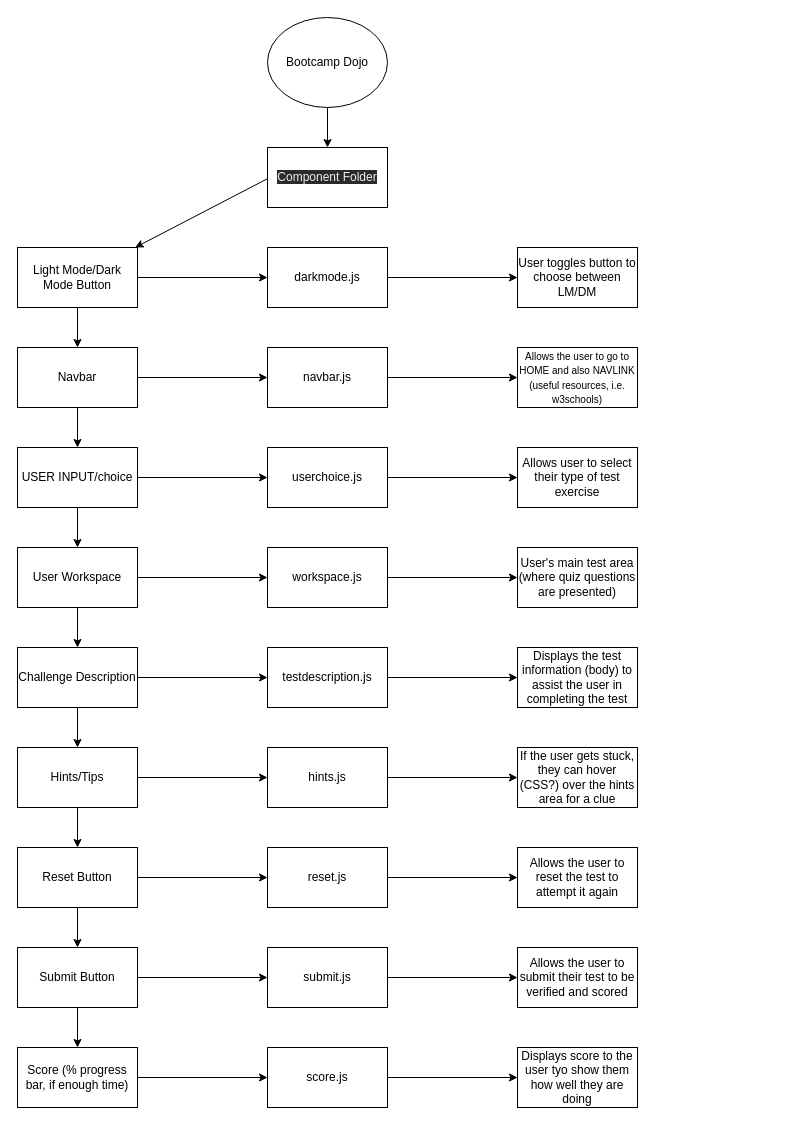
lukechaplin/oagtask keeps this draw.io diagram as backendWireframe.drawio. Above is the earlier version. Source tidied: cells renumbered, new cells numbered last; positions are measured from the earlier drawing's top-left corner, leaving out a move shared by most shapes. Both pictures are drawn from the tidied source at 100%, with x=0, y=0 at pixel (17, 17).
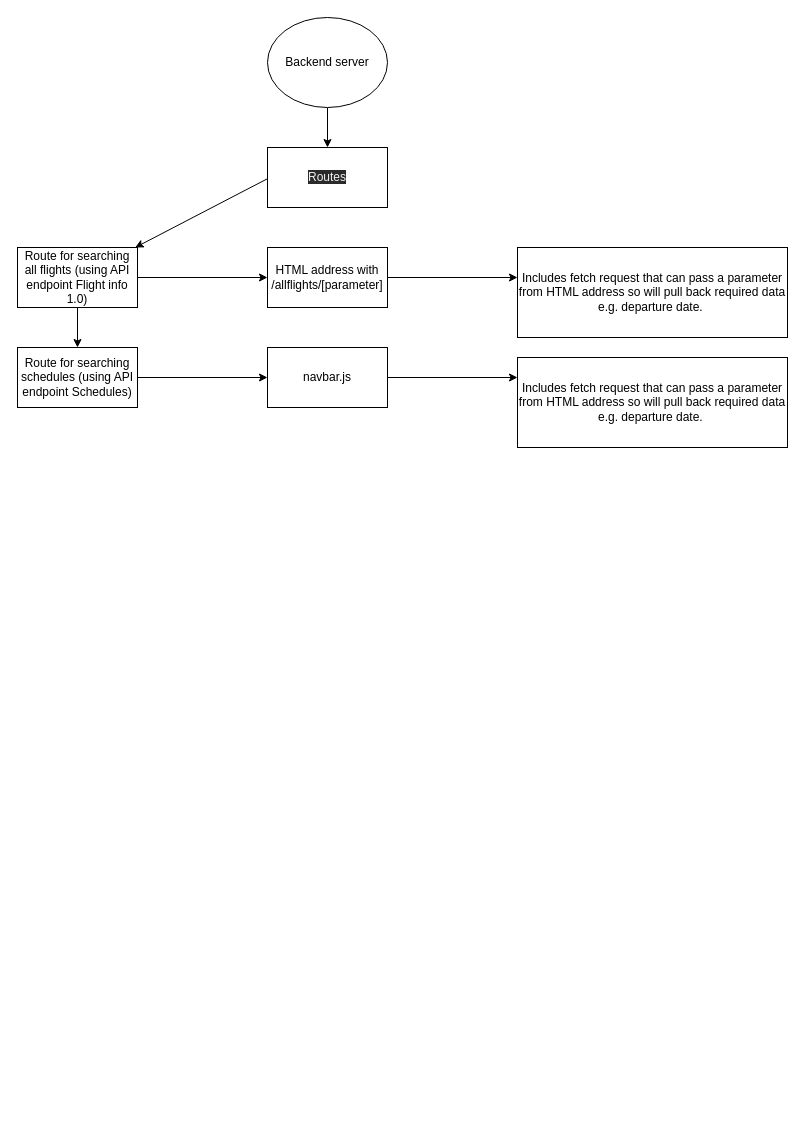
The same diagram, later.

Commit message (it also covers changes not shown here):
finished backend wireframe

Change to the diagram source:
```diff
@@
-    <mxCell id="3" value="Bootcamp Dojo" style="ellipse;whiteSpace=wrap;html=1;" parent="1" vertex="1">
+    <mxCell id="3" value="Backend server" style="ellipse;whiteSpace=wrap;html=1;" parent="1" vertex="1">
       <mxGeometry x="250" width="120" height="90" as="geometry" />
     </mxCell>
@@
-    <mxCell id="5" value="&lt;span style=&quot;color: rgb(240 , 240 , 240) ; font-family: &amp;#34;helvetica&amp;#34; ; font-size: 12px ; font-style: normal ; font-weight: 400 ; letter-spacing: normal ; text-align: center ; text-indent: 0px ; text-transform: none ; word-spacing: 0px ; background-color: rgb(42 , 42 , 42) ; display: inline ; float: none&quot;&gt;Component Folder&lt;/span&gt;" style="whiteSpace=wrap;html=1;" parent="1" vertex="1">
+    <mxCell id="5" value="&lt;span style=&quot;color: rgb(240 , 240 , 240) ; font-family: &amp;#34;helvetica&amp;#34; ; font-size: 12px ; font-style: normal ; font-weight: 400 ; letter-spacing: normal ; text-align: center ; text-indent: 0px ; text-transform: none ; word-spacing: 0px ; background-color: rgb(42 , 42 , 42) ; display: inline ; float: none&quot;&gt;Routes&lt;/span&gt;" style="whiteSpace=wrap;html=1;" parent="1" vertex="1">
       <mxGeometry x="250" y="130" width="120" height="60" as="geometry" />
     </mxCell>
@@
-    <mxCell id="8" value="Light Mode/Dark Mode Button" style="whiteSpace=wrap;html=1;" parent="1" vertex="1">
+    <mxCell id="8" value="Route for searching all flights (using API endpoint Flight info 1.0)" style="whiteSpace=wrap;html=1;" parent="1" vertex="1">
       <mxGeometry y="230" width="120" height="60" as="geometry" />
     </mxCell>
-    <mxCell id="9" value="darkmode.js" style="whiteSpace=wrap;html=1;" parent="1" vertex="1">
+    <mxCell id="9" value="HTML address with /allflights/[parameter]" style="whiteSpace=wrap;html=1;" parent="1" vertex="1">
       <mxGeometry x="250" y="230" width="120" height="60" as="geometry" />
     </mxCell>
@@
-    <mxCell id="11" value="User toggles button to choose between LM/DM" style="whiteSpace=wrap;html=1;" parent="1" vertex="1">
-      <mxGeometry x="500" y="230" width="120" height="60" as="geometry" />
-    </mxCell>
@@
-    <mxCell id="13" style="edgeStyle=none;html=1;exitX=0.5;exitY=1;exitDx=0;exitDy=0;" parent="1" edge="1" source="14">
-      <mxGeometry relative="1" as="geometry">
-        <mxPoint x="60" y="430" as="targetPoint" />
-      </mxGeometry>
-    </mxCell>
-    <mxCell id="14" value="Navbar" style="whiteSpace=wrap;html=1;" parent="1" vertex="1">
+    <mxCell id="14" value="Route for searching schedules (using API endpoint Schedules)" style="whiteSpace=wrap;html=1;" parent="1" vertex="1">
       <mxGeometry y="330" width="120" height="60" as="geometry" />
     </mxCell>
@@
-    <mxCell id="17" value="&lt;font style=&quot;font-size: 10px&quot;&gt;Allows the user to go to HOME and also NAVLINK (useful resources, i.e. w3schools)&lt;/font&gt;" style="whiteSpace=wrap;html=1;" parent="1" vertex="1">
-      <mxGeometry x="500" y="330" width="120" height="60" as="geometry" />
-    </mxCell>
-    <mxCell id="18" style="edgeStyle=none;html=1;exitX=1;exitY=0.5;exitDx=0;exitDy=0;" parent="1" edge="1" source="20">
-      <mxGeometry relative="1" as="geometry">
-        <mxPoint x="250" y="460" as="targetPoint" />
-      </mxGeometry>
-    </mxCell>
-    <mxCell id="19" style="edgeStyle=none;html=1;exitX=0.5;exitY=1;exitDx=0;exitDy=0;" parent="1" edge="1" source="20">
-      <mxGeometry relative="1" as="geometry">
-        <mxPoint x="60" y="530" as="targetPoint" />
-      </mxGeometry>
-    </mxCell>
-    <mxCell id="20" value="USER INPUT/choice" style="whiteSpace=wrap;html=1;" parent="1" vertex="1">
-      <mxGeometry y="430" width="120" height="60" as="geometry" />
-    </mxCell>
-    <mxCell id="21" value="userchoice.js" style="whiteSpace=wrap;html=1;" parent="1" vertex="1">
-      <mxGeometry x="250" y="430" width="120" height="60" as="geometry" />
-    </mxCell>
-    <mxCell id="22" style="edgeStyle=none;html=1;exitX=1;exitY=0.5;exitDx=0;exitDy=0;" parent="1" edge="1">
-      <mxGeometry relative="1" as="geometry">
-        <mxPoint x="370" y="460" as="sourcePoint" />
-        <mxPoint x="500" y="460" as="targetPoint" />
-      </mxGeometry>
-    </mxCell>
-    <mxCell id="23" value="Allows user to select their type of test exercise" style="whiteSpace=wrap;html=1;" parent="1" vertex="1">
-      <mxGeometry x="500" y="430" width="120" height="60" as="geometry" />
-    </mxCell>
-    <mxCell id="24" style="edgeStyle=none;html=1;exitX=1;exitY=0.5;exitDx=0;exitDy=0;" parent="1" edge="1" source="26">
-      <mxGeometry relative="1" as="geometry">
-        <mxPoint x="250" y="560" as="targetPoint" />
-      </mxGeometry>
-    </mxCell>
-    <mxCell id="25" style="edgeStyle=none;html=1;exitX=0.5;exitY=1;exitDx=0;exitDy=0;" parent="1" edge="1" source="26">
-      <mxGeometry relative="1" as="geometry">
-        <mxPoint x="60" y="630" as="targetPoint" />
-      </mxGeometry>
-    </mxCell>
-    <mxCell id="26" value="User Workspace" style="whiteSpace=wrap;html=1;" parent="1" vertex="1">
-      <mxGeometry y="530" width="120" height="60" as="geometry" />
-    </mxCell>
-    <mxCell id="27" value="workspace.js" style="whiteSpace=wrap;html=1;" parent="1" vertex="1">
-      <mxGeometry x="250" y="530" width="120" height="60" as="geometry" />
-    </mxCell>
-    <mxCell id="28" style="edgeStyle=none;html=1;exitX=1;exitY=0.5;exitDx=0;exitDy=0;" parent="1" edge="1">
-      <mxGeometry relative="1" as="geometry">
-        <mxPoint x="370" y="560" as="sourcePoint" />
-        <mxPoint x="500" y="560" as="targetPoint" />
-      </mxGeometry>
-    </mxCell>
-    <mxCell id="29" value="User's main test area (where quiz questions are presented)" style="whiteSpace=wrap;html=1;" parent="1" vertex="1">
-      <mxGeometry x="500" y="530" width="120" height="60" as="geometry" />
-    </mxCell>
-    <mxCell id="30" style="edgeStyle=none;html=1;exitX=1;exitY=0.5;exitDx=0;exitDy=0;" parent="1" edge="1" source="32">
-      <mxGeometry relative="1" as="geometry">
-        <mxPoint x="250" y="660" as="targetPoint" />
-      </mxGeometry>
-    </mxCell>
-    <mxCell id="31" style="edgeStyle=none;html=1;exitX=0.5;exitY=1;exitDx=0;exitDy=0;" parent="1" edge="1" source="32">
-      <mxGeometry relative="1" as="geometry">
-        <mxPoint x="60" y="730" as="targetPoint" />
-      </mxGeometry>
-    </mxCell>
-    <mxCell id="32" value="Challenge Description" style="whiteSpace=wrap;html=1;" parent="1" vertex="1">
-      <mxGeometry y="630" width="120" height="60" as="geometry" />
-    </mxCell>
-    <mxCell id="33" value="testdescription.js" style="whiteSpace=wrap;html=1;" parent="1" vertex="1">
-      <mxGeometry x="250" y="630" width="120" height="60" as="geometry" />
-    </mxCell>
-    <mxCell id="34" style="edgeStyle=none;html=1;exitX=1;exitY=0.5;exitDx=0;exitDy=0;" parent="1" edge="1">
-      <mxGeometry relative="1" as="geometry">
-        <mxPoint x="370" y="660" as="sourcePoint" />
-        <mxPoint x="500" y="660" as="targetPoint" />
-      </mxGeometry>
-    </mxCell>
-    <mxCell id="35" value="Displays the test information (body) to assist the user in completing the test" style="whiteSpace=wrap;html=1;" parent="1" vertex="1">
-      <mxGeometry x="500" y="630" width="120" height="60" as="geometry" />
-    </mxCell>
-    <mxCell id="36" style="edgeStyle=none;html=1;exitX=1;exitY=0.5;exitDx=0;exitDy=0;" parent="1" edge="1" source="38">
-      <mxGeometry relative="1" as="geometry">
-        <mxPoint x="250" y="760" as="targetPoint" />
-      </mxGeometry>
-    </mxCell>
-    <mxCell id="37" style="edgeStyle=none;html=1;exitX=0.5;exitY=1;exitDx=0;exitDy=0;" parent="1" edge="1" source="38">
-      <mxGeometry relative="1" as="geometry">
-        <mxPoint x="60" y="830" as="targetPoint" />
-      </mxGeometry>
-    </mxCell>
-    <mxCell id="38" value="Hints/Tips" style="whiteSpace=wrap;html=1;" parent="1" vertex="1">
-      <mxGeometry y="730" width="120" height="60" as="geometry" />
-    </mxCell>
-    <mxCell id="39" value="hints.js" style="whiteSpace=wrap;html=1;" parent="1" vertex="1">
-      <mxGeometry x="250" y="730" width="120" height="60" as="geometry" />
-    </mxCell>
-    <mxCell id="40" style="edgeStyle=none;html=1;exitX=1;exitY=0.5;exitDx=0;exitDy=0;" parent="1" edge="1">
-      <mxGeometry relative="1" as="geometry">
-        <mxPoint x="370" y="760" as="sourcePoint" />
-        <mxPoint x="500" y="760" as="targetPoint" />
-      </mxGeometry>
-    </mxCell>
-    <mxCell id="41" value="If the user gets stuck, they can hover (CSS?) over the hints area for a clue" style="whiteSpace=wrap;html=1;" parent="1" vertex="1">
-      <mxGeometry x="500" y="730" width="120" height="60" as="geometry" />
-    </mxCell>
-    <mxCell id="42" style="edgeStyle=none;html=1;exitX=1;exitY=0.5;exitDx=0;exitDy=0;" parent="1" edge="1" source="44">
-      <mxGeometry relative="1" as="geometry">
-        <mxPoint x="250" y="860" as="targetPoint" />
-      </mxGeometry>
-    </mxCell>
-    <mxCell id="43" style="edgeStyle=none;html=1;exitX=0.5;exitY=1;exitDx=0;exitDy=0;" parent="1" edge="1" source="44">
-      <mxGeometry relative="1" as="geometry">
-        <mxPoint x="60" y="930" as="targetPoint" />
-      </mxGeometry>
-    </mxCell>
-    <mxCell id="44" value="Reset Button" style="whiteSpace=wrap;html=1;" parent="1" vertex="1">
-      <mxGeometry y="830" width="120" height="60" as="geometry" />
-    </mxCell>
-    <mxCell id="45" value="reset.js" style="whiteSpace=wrap;html=1;" parent="1" vertex="1">
-      <mxGeometry x="250" y="830" width="120" height="60" as="geometry" />
-    </mxCell>
-    <mxCell id="46" style="edgeStyle=none;html=1;exitX=1;exitY=0.5;exitDx=0;exitDy=0;" parent="1" edge="1">
-      <mxGeometry relative="1" as="geometry">
-        <mxPoint x="370" y="860" as="sourcePoint" />
-        <mxPoint x="500" y="860" as="targetPoint" />
-      </mxGeometry>
-    </mxCell>
-    <mxCell id="47" value="Allows the user to reset the test to attempt it again" style="whiteSpace=wrap;html=1;" parent="1" vertex="1">
-      <mxGeometry x="500" y="830" width="120" height="60" as="geometry" />
-    </mxCell>
-    <mxCell id="48" style="edgeStyle=none;html=1;exitX=1;exitY=0.5;exitDx=0;exitDy=0;" parent="1" edge="1" source="50">
-      <mxGeometry relative="1" as="geometry">
-        <mxPoint x="250" y="960" as="targetPoint" />
-      </mxGeometry>
-    </mxCell>
-    <mxCell id="49" style="edgeStyle=none;html=1;exitX=0.5;exitY=1;exitDx=0;exitDy=0;" parent="1" edge="1" source="50">
-      <mxGeometry relative="1" as="geometry">
-        <mxPoint x="60" y="1030" as="targetPoint" />
-      </mxGeometry>
-    </mxCell>
-    <mxCell id="50" value="Submit Button" style="whiteSpace=wrap;html=1;" parent="1" vertex="1">
-      <mxGeometry y="930" width="120" height="60" as="geometry" />
-    </mxCell>
-    <mxCell id="51" value="submit.js" style="whiteSpace=wrap;html=1;" parent="1" vertex="1">
-      <mxGeometry x="250" y="930" width="120" height="60" as="geometry" />
-    </mxCell>
-    <mxCell id="52" style="edgeStyle=none;html=1;exitX=1;exitY=0.5;exitDx=0;exitDy=0;" parent="1" edge="1">
-      <mxGeometry relative="1" as="geometry">
-        <mxPoint x="370" y="960" as="sourcePoint" />
-        <mxPoint x="500" y="960" as="targetPoint" />
-      </mxGeometry>
-    </mxCell>
-    <mxCell id="53" value="Allows the user to submit their test to be verified and scored" style="whiteSpace=wrap;html=1;" parent="1" vertex="1">
-      <mxGeometry x="500" y="930" width="120" height="60" as="geometry" />
-    </mxCell>
-    <mxCell id="54" style="edgeStyle=none;html=1;exitX=1;exitY=0.5;exitDx=0;exitDy=0;" parent="1" edge="1" source="55">
-      <mxGeometry relative="1" as="geometry">
-        <mxPoint x="250" y="1060" as="targetPoint" />
-      </mxGeometry>
-    </mxCell>
-    <mxCell id="55" value="Score (% progress bar, if enough time)" style="whiteSpace=wrap;html=1;" parent="1" vertex="1">
-      <mxGeometry y="1030" width="120" height="60" as="geometry" />
-    </mxCell>
-    <mxCell id="56" value="score.js" style="whiteSpace=wrap;html=1;" parent="1" vertex="1">
-      <mxGeometry x="250" y="1030" width="120" height="60" as="geometry" />
-    </mxCell>
-    <mxCell id="57" style="edgeStyle=none;html=1;exitX=1;exitY=0.5;exitDx=0;exitDy=0;" parent="1" edge="1">
-      <mxGeometry relative="1" as="geometry">
-        <mxPoint x="370" y="1060" as="sourcePoint" />
-        <mxPoint x="500" y="1060" as="targetPoint" />
-      </mxGeometry>
-    </mxCell>
+    <mxCell id="11" value="Includes fetch request that can pass a parameter from HTML address so will pull back required data e.g. departure date.&amp;nbsp;" style="whiteSpace=wrap;html=1;" parent="1" vertex="1">
+      <mxGeometry x="500" y="230" width="270" height="90" as="geometry" />
+    </mxCell>
-    <mxCell id="58" value="Displays score to the user tyo show them how well they are doing" style="whiteSpace=wrap;html=1;" parent="1" vertex="1">
-      <mxGeometry x="500" y="1030" width="120" height="60" as="geometry" />
+    <mxCell id="58" value="Includes fetch request that can pass a parameter from HTML address so will pull back required data e.g. departure date.&amp;nbsp;" style="whiteSpace=wrap;html=1;" parent="1" vertex="1">
+      <mxGeometry x="500" y="340" width="270" height="90" as="geometry" />
     </mxCell>
```
